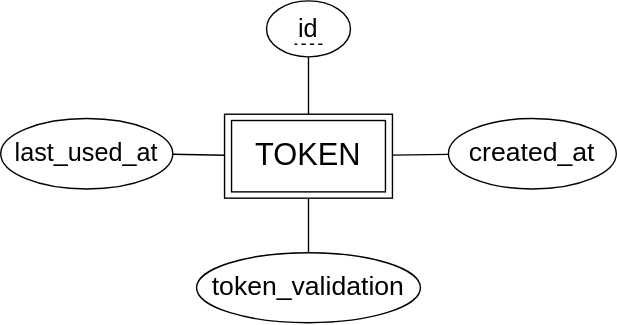
The draw.io diagram img/DB-diagrams/Token.drawio.svg in isel-remote-lab/documentation, before a commit. Source tidied: cells renumbered, new cells last; positions are measured from the earlier drawing's top-left corner, leaving out a move shared by most shapes.
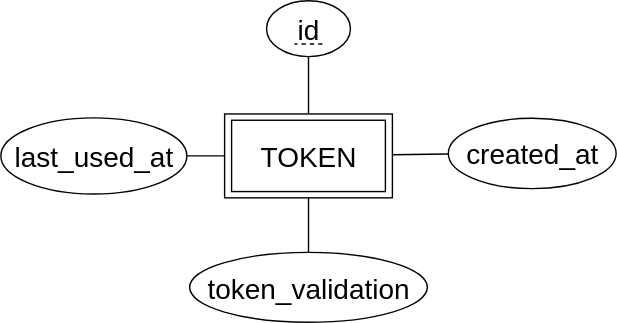
Above is the later version.

The edit, as a diff of the source:
```diff
@@ -5,10 +5,10 @@
     <mxCell id="2" value="USER" style="rounded=0;whiteSpace=wrap;html=1;" parent="1" vertex="1">
       <mxGeometry x="160" y="81" width="120" height="60" as="geometry" />
     </mxCell>
-    <mxCell id="3" value="TOKEN" style="rounded=0;whiteSpace=wrap;html=1;fontSize=22;" parent="1" vertex="1">
+    <mxCell id="3" value="TOKEN" style="rounded=0;whiteSpace=wrap;html=1;fontSize=20;" parent="1" vertex="1">
       <mxGeometry x="165" y="85.5" width="110" height="51" as="geometry" />
     </mxCell>
-    <mxCell id="4" value="&lt;span&gt;id&lt;/span&gt;" style="ellipse;whiteSpace=wrap;html=1;fontStyle=0;fontSize=18;" parent="1" vertex="1">
+    <mxCell id="4" value="&lt;span&gt;id&lt;/span&gt;" style="ellipse;whiteSpace=wrap;html=1;fontStyle=0;fontSize=20;" parent="1" vertex="1">
       <mxGeometry x="190" width="60" height="40" as="geometry" />
     </mxCell>
     <mxCell id="5" style="endArrow=none;dashed=1;html=1;rounded=0;" parent="1" edge="1">
@@ -20,20 +20,20 @@
     <mxCell id="6" style="endArrow=none;html=1;rounded=0;" parent="1" edge="1" source="2" target="4">
       <mxGeometry relative="1" as="geometry" />
     </mxCell>
-    <mxCell id="7" value="created_at" style="ellipse;whiteSpace=wrap;html=1;fontStyle=0;fontSize=19;" parent="1" vertex="1">
+    <mxCell id="7" value="created_at" style="ellipse;whiteSpace=wrap;html=1;fontStyle=0;fontSize=20;" parent="1" vertex="1">
       <mxGeometry x="320" y="84.1" width="120" height="50.3" as="geometry" />
     </mxCell>
     <mxCell id="8" style="endArrow=none;html=1;rounded=0;" parent="1" edge="1" source="2" target="7">
       <mxGeometry relative="1" as="geometry" />
     </mxCell>
-    <mxCell id="9" value="last_used_at" style="ellipse;whiteSpace=wrap;html=1;fontStyle=0;fontSize=18;" parent="1" vertex="1">
-      <mxGeometry y="84.1" width="123" height="50.3" as="geometry" />
+    <mxCell id="9" value="last_used_at" style="ellipse;whiteSpace=wrap;html=1;fontStyle=0;fontSize=20;" parent="1" vertex="1">
+      <mxGeometry y="83.8" width="133" height="54.4" as="geometry" />
     </mxCell>
     <mxCell id="10" style="endArrow=none;html=1;rounded=0;" parent="1" edge="1" source="9" target="2">
       <mxGeometry relative="1" as="geometry" />
     </mxCell>
-    <mxCell id="11" value="token_validation" style="ellipse;whiteSpace=wrap;html=1;fontStyle=0;fontSize=19;" parent="1" vertex="1">
-      <mxGeometry x="140" y="180" width="160" height="50" as="geometry" />
+    <mxCell id="11" value="token_validation" style="ellipse;whiteSpace=wrap;html=1;fontStyle=0;fontSize=20;" parent="1" vertex="1">
+      <mxGeometry x="135" y="180" width="170" height="50" as="geometry" />
     </mxCell>
     <mxCell id="12" style="endArrow=none;html=1;rounded=0;" parent="1" edge="1" source="11" target="2">
       <mxGeometry relative="1" as="geometry" />
```
